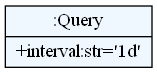
Before: scraper/dotexport/scraper_model.png, a diagram exported from Graphviz (DusanStevic/textx-lang-quant). Its source is kept beside it as scraper/dotexport/scraper_model.dot. Source of this version:
```dot
    digraph textX {
    fontname = "Bitstream Vera Sans"
    fontsize = 8
    node[
        shape=record,
        style=filled,
        fillcolor=aliceblue
    ]
    nodesep = 0.3
    edge[dir=black,arrowtail=empty]


57484568[label="{:Query|+interval:str='1d'\l}"]

}
```
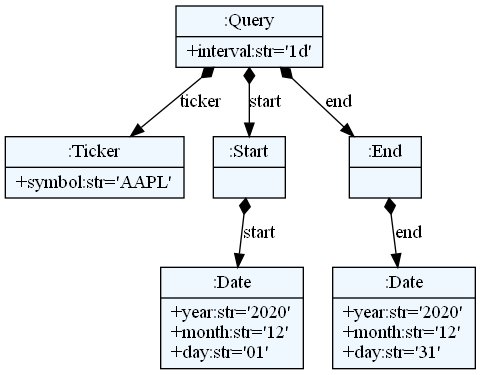
Later version of the same file.

Commit message:
scraper dsl

The edit, as a diff of the source:
```diff
@@ -10,6 +10,16 @@
     edge[dir=black,arrowtail=empty]
 
 
-57484568[label="{:Query|+interval:str='1d'\l}"]
+49657392 -> 58186720 [label="ticker" arrowtail=diamond dir=both]
+58186720[label="{:Ticker|+symbol:str='AAPL'\l}"]
+49657392 -> 58187168 [label="start" arrowtail=diamond dir=both]
+58187168 -> 58187280 [label="start" arrowtail=diamond dir=both]
+58187280[label="{:Date|+year:str='2020'\l+month:str='12'\l+day:str='01'\l}"]
+58187168[label="{:Start|}"]
+49657392 -> 50450616 [label="end" arrowtail=diamond dir=both]
+50450616 -> 58187336 [label="end" arrowtail=diamond dir=both]
+58187336[label="{:Date|+year:str='2020'\l+month:str='12'\l+day:str='31'\l}"]
+50450616[label="{:End|}"]
+49657392[label="{:Query|+interval:str='1d'\l}"]
 
 }
```
